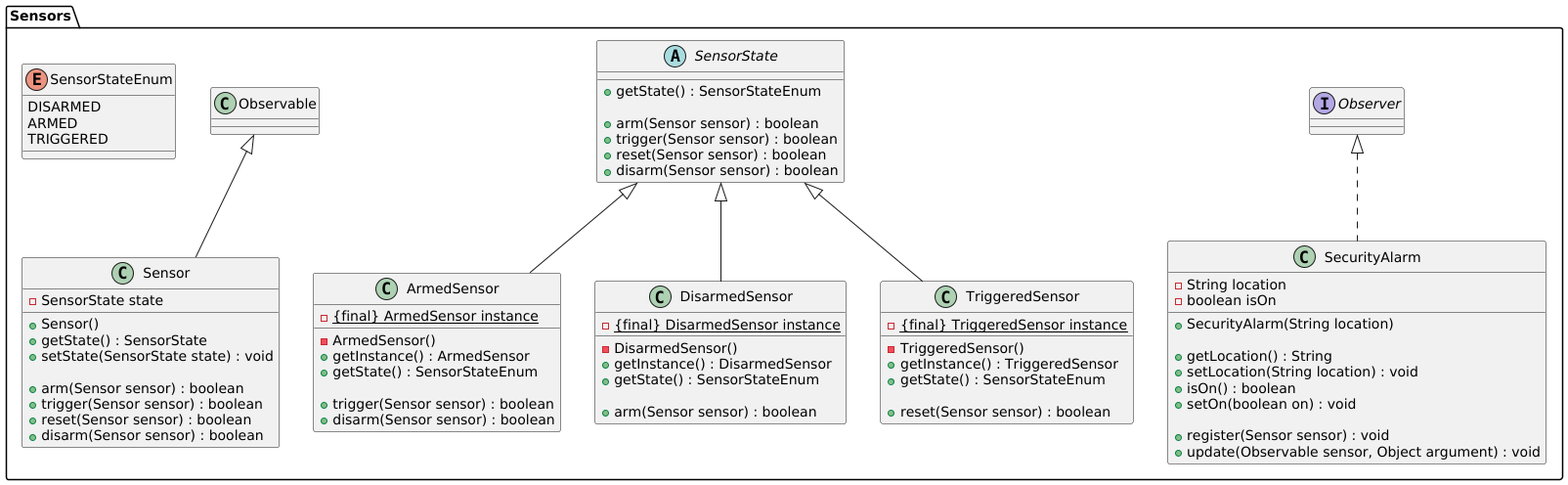
Earlier version of the PlantUML export src/main/java/assignments/sensors/ClassDiagram.png (gabdumal/dcc078). Its diagram source:
```plantuml
@startuml


package sensors_package as "Sensors" {

enum SensorStateEnum {
    DISARMED
    ARMED
    TRIGGERED
}

class Sensor extends Observable {
    - SensorState state

    + Sensor()
    + getState() : SensorState
    + setState(SensorState state) : void

    + arm(Sensor sensor) : boolean
    + trigger(Sensor sensor) : boolean
    + reset(Sensor sensor) : boolean
    + disarm(Sensor sensor) : boolean
}

abstract class SensorState {
    + getState() : SensorStateEnum

    + arm(Sensor sensor) : boolean
    + trigger(Sensor sensor) : boolean
    + reset(Sensor sensor) : boolean
    + disarm(Sensor sensor) : boolean
}

class ArmedSensor extends SensorState {
    - {static} {final} ArmedSensor instance

    - ArmedSensor()
    + getInstance() : ArmedSensor
    + getState() : SensorStateEnum

    + trigger(Sensor sensor) : boolean
    + disarm(Sensor sensor) : boolean
}

class DisarmedSensor extends SensorState {
    - {static} {final} DisarmedSensor instance

    - DisarmedSensor()
    + getInstance() : DisarmedSensor
    + getState() : SensorStateEnum

    + arm(Sensor sensor) : boolean
}

class TriggeredSensor extends SensorState {
    - {static} {final} TriggeredSensor instance

    - TriggeredSensor()
    + getInstance() : TriggeredSensor
    + getState() : SensorStateEnum

    + reset(Sensor sensor) : boolean
}

class SecurityAlarm implements Observer {
    - String location
    - boolean isOn

    + SecurityAlarm(String location)

    + getLocation() : String
    + setLocation(String location) : void
    + isOn() : boolean
    + setOn(boolean on) : void

    + register(Sensor sensor) : void
    + update(Observable sensor, Object argument) : void
}

}

@enduml
```
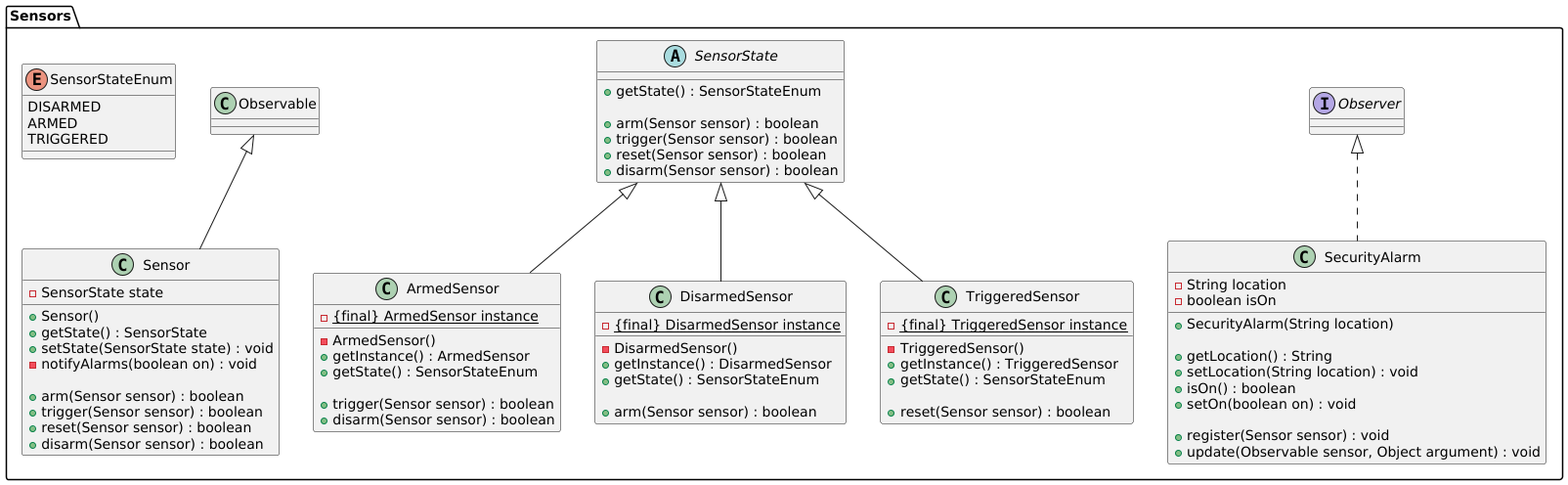
After the change.

Diff of the diagram source:
```diff
@@ -15,6 +15,7 @@
     + Sensor()
     + getState() : SensorState
     + setState(SensorState state) : void
+    - notifyAlarms(boolean on) : void
 
     + arm(Sensor sensor) : boolean
     + trigger(Sensor sensor) : boolean
```
